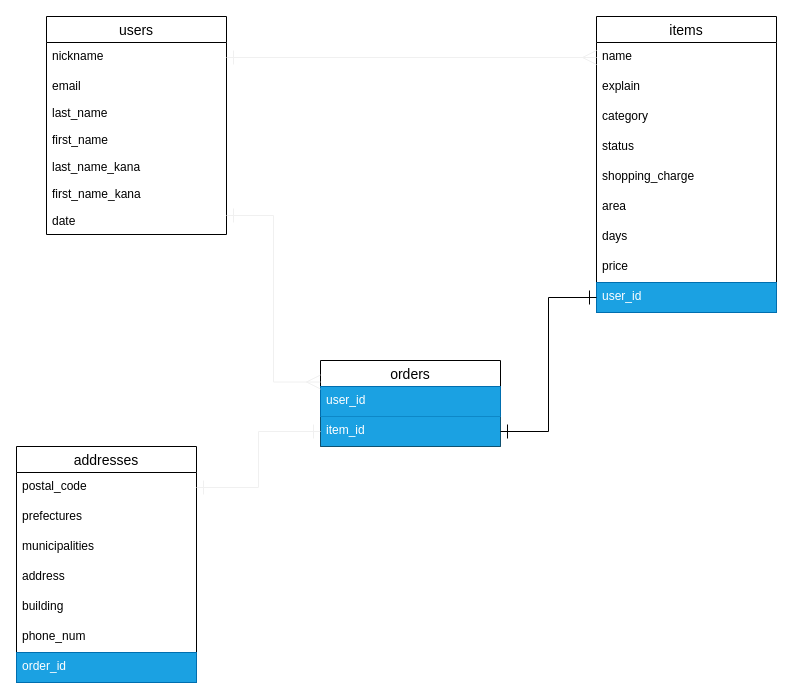
The draw.io diagram furima.dio in kei11235/furima-36984, before the edit. Source tidied: cells renumbered, new cells numbered last; positions are measured from the earlier drawing's top-left corner, leaving out a move shared by most shapes. Both pictures are drawn from the tidied source at 100%, with x=0, y=0 at pixel (16, 16).
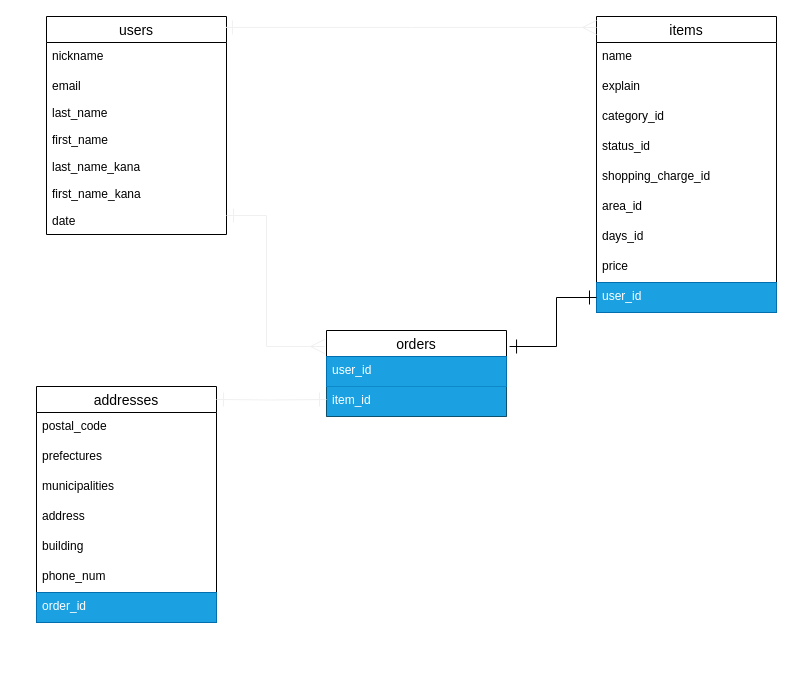
The same diagram, later.

Commit message (it also covers changes not shown here):
DB設計の修正

Unchanged cells that the change refers to:
```xml
<mxCell id="2" value="users" style="swimlane;fontStyle=0;horizontal=1;startSize=26;align=center;fontSize=14;" parent="1" vertex="1">
  <mxGeometry x="30" width="180" height="218" as="geometry" />
</mxCell>
<mxCell id="3" value="nickname" style="text;strokeColor=none;fillColor=none;spacingLeft=4;spacingRight=4;overflow=hidden;points=[[0,0.5],[1,0.5]];portConstraint=eastwest;fontSize=12;" parent="2" vertex="1">
  <mxGeometry y="26" width="180" height="30" as="geometry" />
</mxCell>
<mxCell id="9" value="date" style="text;strokeColor=none;fillColor=none;spacingLeft=4;spacingRight=4;overflow=hidden;points=[[0,0.5],[1,0.5]];portConstraint=eastwest;fontSize=12;" parent="2" vertex="1">
  <mxGeometry y="191" width="180" height="27" as="geometry" />
</mxCell>
<mxCell id="10" value="items" style="swimlane;fontStyle=0;horizontal=1;startSize=26;align=center;fontSize=14;" parent="1" vertex="1">
  <mxGeometry x="580" width="180" height="296" as="geometry" />
</mxCell>
<mxCell id="11" value="name" style="text;strokeColor=none;fillColor=none;spacingLeft=4;spacingRight=4;overflow=hidden;points=[[0,0.5],[1,0.5]];portConstraint=eastwest;fontSize=12;" parent="10" vertex="1">
  <mxGeometry y="26" width="180" height="30" as="geometry" />
</mxCell>
<mxCell id="19" value="user_id" style="text;spacingLeft=4;spacingRight=4;overflow=hidden;points=[[0,0.5],[1,0.5]];portConstraint=eastwest;fontSize=12;fillColor=#1ba1e2;strokeColor=#006EAF;fontColor=#ffffff;" parent="10" vertex="1">
  <mxGeometry y="266" width="180" height="30" as="geometry" />
</mxCell>
<mxCell id="22" value="item_id" style="text;fillColor=#1ba1e2;spacingLeft=4;spacingRight=4;overflow=hidden;points=[[0,0.5],[1,0.5]];portConstraint=eastwest;fontSize=12;fontColor=#ffffff;" parent="20" vertex="1">
  <mxGeometry y="56" width="180" height="30" as="geometry" />
</mxCell>
<mxCell id="24" value="postal_code" style="text;strokeColor=none;fillColor=none;spacingLeft=4;spacingRight=4;overflow=hidden;points=[[0,0.5],[1,0.5]];portConstraint=eastwest;fontSize=12;" parent="23" vertex="1">
  <mxGeometry y="26" width="180" height="30" as="geometry" />
</mxCell>
<mxCell id="30" value="order_id" style="text;strokeColor=#006EAF;fillColor=#1ba1e2;spacingLeft=4;spacingRight=4;overflow=hidden;points=[[0,0.5],[1,0.5]];portConstraint=eastwest;fontSize=12;fontColor=#ffffff;" parent="23" vertex="1">
  <mxGeometry y="206" width="180" height="30" as="geometry" />
</mxCell>
```

The edit, as a diff of the source:
```diff
@@
-    <mxCell id="13" value="category" style="text;strokeColor=none;fillColor=none;spacingLeft=4;spacingRight=4;overflow=hidden;fontSize=12;" parent="10" vertex="1">
+    <mxCell id="13" value="category_id" style="text;strokeColor=none;fillColor=none;spacingLeft=4;spacingRight=4;overflow=hidden;fontSize=12;" parent="10" vertex="1">
       <mxGeometry y="86" width="180" height="30" as="geometry" />
     </mxCell>
-    <mxCell id="14" value="status" style="text;strokeColor=none;fillColor=none;spacingLeft=4;spacingRight=4;overflow=hidden;fontSize=12;" parent="10" vertex="1">
+    <mxCell id="14" value="status_id" style="text;strokeColor=none;fillColor=none;spacingLeft=4;spacingRight=4;overflow=hidden;fontSize=12;" parent="10" vertex="1">
       <mxGeometry y="116" width="180" height="30" as="geometry" />
     </mxCell>
-    <mxCell id="15" value="shopping_charge" style="text;strokeColor=none;fillColor=none;spacingLeft=4;spacingRight=4;overflow=hidden;fontSize=12;" parent="10" vertex="1">
+    <mxCell id="15" value="shopping_charge_id" style="text;strokeColor=none;fillColor=none;spacingLeft=4;spacingRight=4;overflow=hidden;fontSize=12;" parent="10" vertex="1">
       <mxGeometry y="146" width="180" height="30" as="geometry" />
     </mxCell>
-    <mxCell id="16" value="area" style="text;strokeColor=none;fillColor=none;spacingLeft=4;spacingRight=4;overflow=hidden;fontSize=12;" parent="10" vertex="1">
+    <mxCell id="16" value="area_id" style="text;strokeColor=none;fillColor=none;spacingLeft=4;spacingRight=4;overflow=hidden;fontSize=12;" parent="10" vertex="1">
       <mxGeometry y="176" width="180" height="30" as="geometry" />
     </mxCell>
-    <mxCell id="17" value="days" style="text;strokeColor=none;fillColor=none;spacingLeft=4;spacingRight=4;overflow=hidden;fontSize=12;" parent="10" vertex="1">
+    <mxCell id="17" value="days_id" style="text;strokeColor=none;fillColor=none;spacingLeft=4;spacingRight=4;overflow=hidden;fontSize=12;" parent="10" vertex="1">
       <mxGeometry y="206" width="180" height="30" as="geometry" />
     </mxCell>
@@
     <mxCell id="20" value="orders" style="swimlane;fontStyle=0;horizontal=1;startSize=26;align=center;fontSize=14;" parent="1" vertex="1">
-      <mxGeometry x="304" y="344" width="180" height="86" as="geometry" />
+      <mxGeometry x="310" y="314" width="180" height="86" as="geometry" />
     </mxCell>
@@
     <mxCell id="23" value="addresses" style="swimlane;fontStyle=0;horizontal=1;startSize=26;align=center;fontSize=14;" parent="1" vertex="1">
-      <mxGeometry y="430" width="180" height="236" as="geometry" />
+      <mxGeometry x="20" y="370" width="180" height="236" as="geometry" />
     </mxCell>
@@
-    <mxCell id="31" style="rounded=0;jettySize=auto;html=1;exitX=1;exitY=0.5;exitDx=0;exitDy=0;entryX=0;entryY=0.5;entryDx=0;entryDy=0;startArrow=ERone;startFill=0;targetPerimeterSpacing=0;endArrow=ERone;endFill=0;edgeStyle=orthogonalEdgeStyle;endSize=12;startSize=12;" parent="1" edge="1" source="22" target="19">
-      <mxGeometry relative="1" as="geometry" />
+    <mxCell id="31" style="rounded=0;jettySize=auto;html=1;startArrow=ERone;startFill=0;targetPerimeterSpacing=0;endArrow=ERone;endFill=0;endSize=12;startSize=12;exitX=1.017;exitY=0.186;exitDx=0;exitDy=0;exitPerimeter=0;entryX=0;entryY=0.5;entryDx=0;entryDy=0;edgeStyle=orthogonalEdgeStyle;" parent="1" edge="1" source="20" target="19">
+      <mxGeometry relative="1" as="geometry">
+        <Array as="points">
+          <mxPoint x="540" y="330" />
+          <mxPoint x="540" y="281" />
+        </Array>
+      </mxGeometry>
     </mxCell>
-    <mxCell id="32" style="edgeStyle=orthogonalEdgeStyle;rounded=0;jettySize=auto;html=1;exitX=0;exitY=0.5;exitDx=0;exitDy=0;startArrow=ERone;startFill=0;endArrow=ERone;endFill=0;targetPerimeterSpacing=0;strokeColor=#f0f0f0;entryX=1;entryY=0.5;entryDx=0;entryDy=0;endSize=12;startSize=12;" parent="1" edge="1" source="22" target="24">
-      <mxGeometry relative="1" as="geometry" />
+    <mxCell id="32" style="edgeStyle=orthogonalEdgeStyle;rounded=0;jettySize=auto;html=1;startArrow=ERone;startFill=0;endArrow=ERone;endFill=0;targetPerimeterSpacing=0;strokeColor=#f0f0f0;entryX=1;entryY=0.055;entryDx=0;entryDy=0;endSize=12;startSize=12;entryPerimeter=0;" parent="1" edge="1" target="23">
+      <mxGeometry relative="1" as="geometry">
+        <mxPoint x="310" y="383" as="sourcePoint" />
+      </mxGeometry>
     </mxCell>
-    <mxCell id="33" style="edgeStyle=orthogonalEdgeStyle;rounded=0;jettySize=auto;html=1;exitX=1;exitY=0.296;exitDx=0;exitDy=0;entryX=0;entryY=0.25;entryDx=0;entryDy=0;startArrow=ERone;startFill=0;endArrow=ERmany;endFill=0;targetPerimeterSpacing=0;strokeColor=#f0f0f0;endSize=12;startSize=12;exitPerimeter=0;" parent="1" edge="1" source="9" target="20">
-      <mxGeometry relative="1" as="geometry" />
+    <mxCell id="33" style="edgeStyle=orthogonalEdgeStyle;rounded=0;jettySize=auto;html=1;exitX=1;exitY=0.296;exitDx=0;exitDy=0;entryX=-0.011;entryY=0.186;entryDx=0;entryDy=0;startArrow=ERone;startFill=0;endArrow=ERmany;endFill=0;targetPerimeterSpacing=0;strokeColor=#f0f0f0;endSize=12;startSize=12;exitPerimeter=0;entryPerimeter=0;" parent="1" edge="1" source="9" target="20">
+      <mxGeometry relative="1" as="geometry">
+        <Array as="points">
+          <mxPoint x="250" y="199" />
+          <mxPoint x="250" y="330" />
+        </Array>
+      </mxGeometry>
     </mxCell>
-    <mxCell id="34" style="edgeStyle=orthogonalEdgeStyle;rounded=0;jettySize=auto;html=1;exitX=1;exitY=0.5;exitDx=0;exitDy=0;entryX=0;entryY=0.5;entryDx=0;entryDy=0;startArrow=ERone;startFill=0;endArrow=ERmany;endFill=0;targetPerimeterSpacing=0;strokeColor=#f0f0f0;endSize=12;startSize=12;" parent="1" edge="1" source="3" target="11">
+    <mxCell id="34" style="edgeStyle=orthogonalEdgeStyle;rounded=0;jettySize=auto;html=1;exitX=0.994;exitY=0.05;exitDx=0;exitDy=0;entryX=0;entryY=0.037;entryDx=0;entryDy=0;startArrow=ERone;startFill=0;endArrow=ERmany;endFill=0;targetPerimeterSpacing=0;strokeColor=#f0f0f0;endSize=12;startSize=12;exitPerimeter=0;entryPerimeter=0;" parent="1" edge="1" source="2" target="10">
       <mxGeometry relative="1" as="geometry" />
     </mxCell>
-    <mxCell id="35" style="edgeStyle=orthogonalEdgeStyle;rounded=0;jettySize=auto;html=1;exitX=1;exitY=0.5;exitDx=0;exitDy=0;startArrow=ERone;startFill=0;endArrow=ERmany;endFill=0;startSize=12;endSize=12;targetPerimeterSpacing=0;strokeColor=#f0f0f0;" parent="1" edge="1" source="30">
-      <mxGeometry relative="1" as="geometry">
-        <mxPoint x="180" y="651" as="targetPoint" />
-      </mxGeometry>
-    </mxCell>
```
